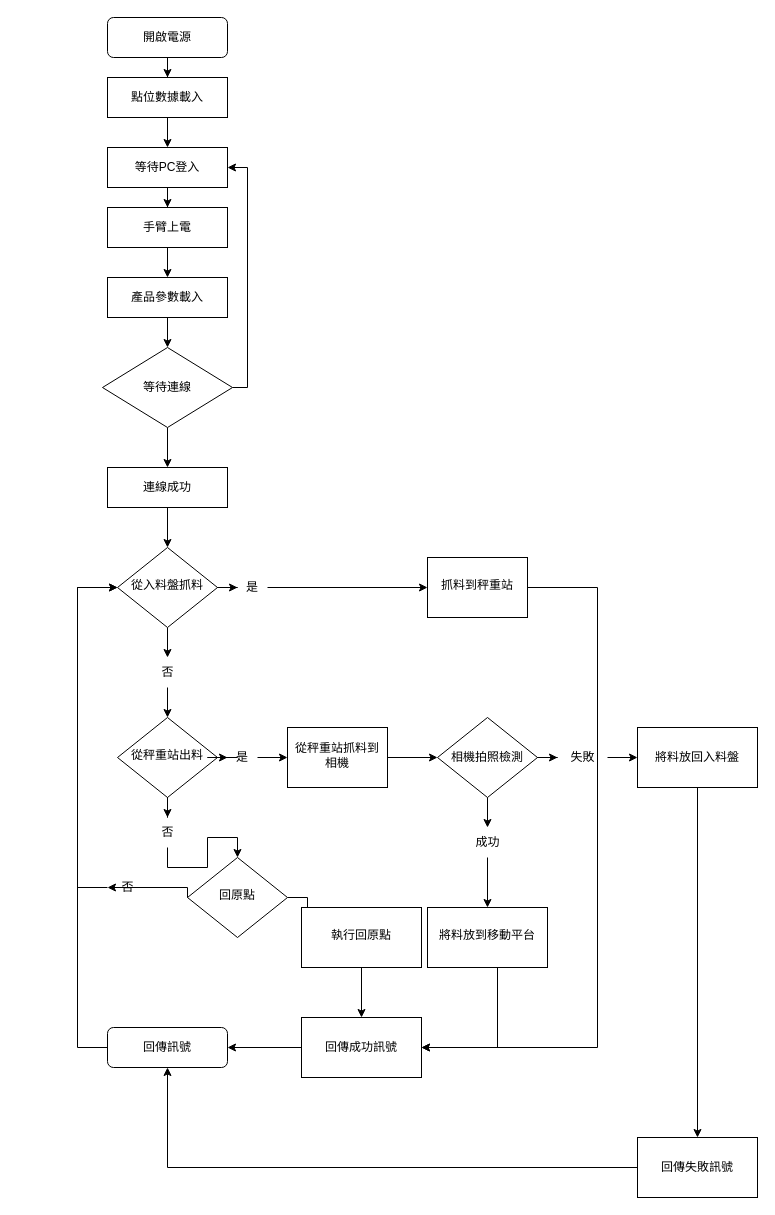
RickLin19921104/murder keeps this draw.io diagram as 未命名绘图.drawio. Above is the earlier version. Source tidied: cells renumbered, new cells numbered last; positions are measured from the earlier drawing's top-left corner, leaving out a move shared by most shapes. Both pictures are drawn from the tidied source at 100%, with x=0, y=0 at pixel (77, 17).
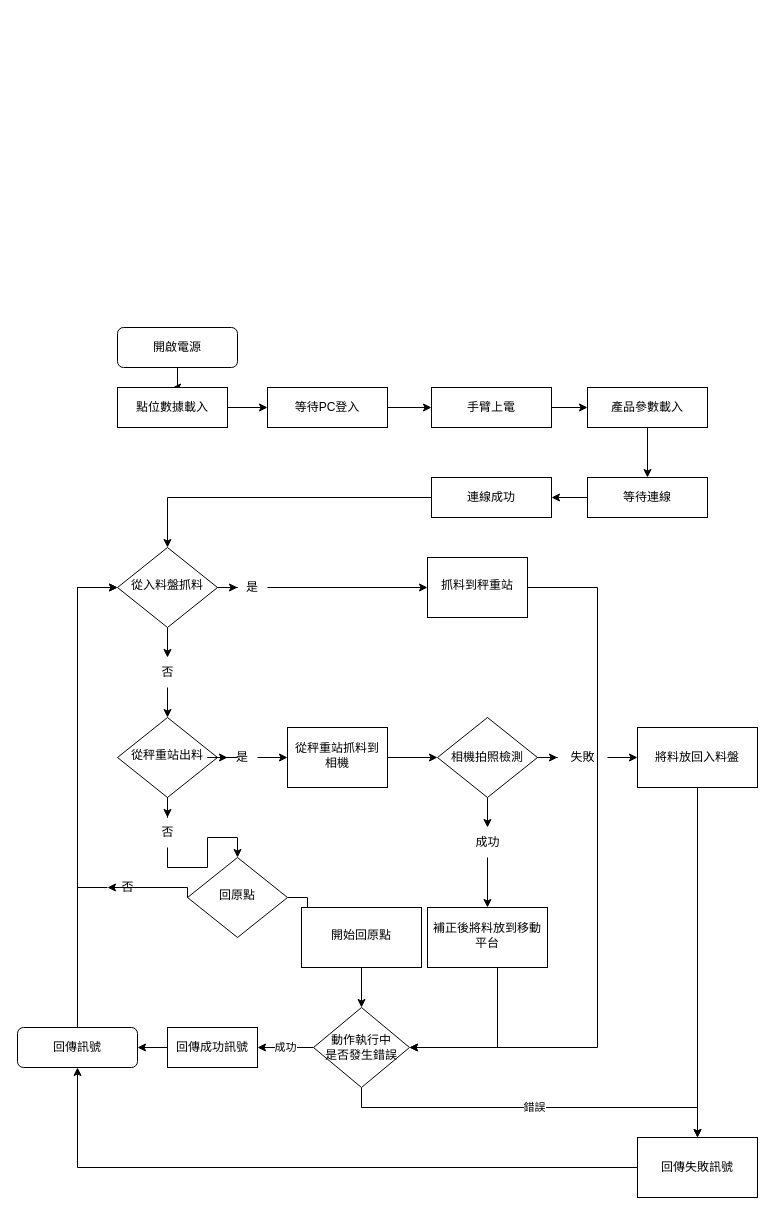
After the change.

Commit message:
更新未命名绘图.drawio

The change refers to these unchanged cells:
```xml
<mxCell id="15" value="抓料到秤重站" style="whiteSpace=wrap;html=1;shadow=0;strokeWidth=1;spacing=6;spacingTop=-4;" parent="1" vertex="1">
  <mxGeometry x="350" y="540" width="100" height="60" as="geometry" />
</mxCell>
<mxCell id="51" value="回傳失敗訊號" style="whiteSpace=wrap;html=1;" parent="1" vertex="1">
  <mxGeometry x="560" y="1120" width="120" height="60" as="geometry" />
</mxCell>
```

The edit, as a diff of the source:
```diff
@@
     <mxCell id="3" value="開啟電源" style="rounded=1;whiteSpace=wrap;html=1;fontSize=12;glass=0;strokeWidth=1;shadow=0;" parent="1" vertex="1">
-      <mxGeometry x="30" width="120" height="40" as="geometry" />
+      <mxGeometry x="40" y="310" width="120" height="40" as="geometry" />
     </mxCell>
@@
     <mxCell id="9" value="回傳訊號" style="rounded=1;whiteSpace=wrap;html=1;fontSize=12;glass=0;strokeWidth=1;shadow=0;" parent="1" vertex="1">
-      <mxGeometry x="30" y="1010" width="120" height="40" as="geometry" />
+      <mxGeometry x="-60" y="1010" width="120" height="40" as="geometry" />
     </mxCell>
@@
     <mxCell id="11" value="等待PC登入" style="rounded=0;whiteSpace=wrap;html=1;" parent="1" vertex="1">
-      <mxGeometry x="30" y="130" width="120" height="40" as="geometry" />
+      <mxGeometry x="190" y="370" width="120" height="40" as="geometry" />
     </mxCell>
@@
     <mxCell id="13" value="手臂上電" style="rounded=0;whiteSpace=wrap;html=1;" parent="1" vertex="1">
-      <mxGeometry x="30" y="190" width="120" height="40" as="geometry" />
+      <mxGeometry x="354" y="370" width="120" height="40" as="geometry" />
     </mxCell>
-    <mxCell id="14" style="edgeStyle=orthogonalEdgeStyle;rounded=0;jettySize=auto;html=1;entryX=1;entryY=0.5;entryDx=0;entryDy=0;" parent="1" edge="1" source="15" target="59">
+    <mxCell id="14" style="edgeStyle=orthogonalEdgeStyle;rounded=0;jettySize=auto;html=1;entryX=1;entryY=0.5;entryDx=0;entryDy=0;" parent="1" edge="1" source="15" target="63">
       <mxGeometry relative="1" as="geometry">
         <Array as="points">
           <mxPoint x="520" y="570" />
           <mxPoint x="520" y="1030" />
         </Array>
       </mxGeometry>
     </mxCell>
@@
-    <mxCell id="18" style="edgeStyle=orthogonalEdgeStyle;rounded=0;jettySize=auto;html=1;" parent="1" edge="1" source="19" target="59">
+    <mxCell id="18" style="edgeStyle=orthogonalEdgeStyle;rounded=0;jettySize=auto;html=1;entryX=1;entryY=0.5;entryDx=0;entryDy=0;" parent="1" edge="1" source="19" target="63">
       <mxGeometry relative="1" as="geometry">
         <Array as="points">
           <mxPoint x="420" y="1030" />
         </Array>
       </mxGeometry>
     </mxCell>
-    <mxCell id="19" value="將料放到移動平台" style="whiteSpace=wrap;html=1;shadow=0;strokeWidth=1;spacing=6;spacingTop=-4;" parent="1" vertex="1">
+    <mxCell id="19" value="補正後將料放到移動平台" style="whiteSpace=wrap;html=1;shadow=0;strokeWidth=1;spacing=6;spacingTop=-4;" parent="1" vertex="1">
       <mxGeometry x="350" y="890" width="120" height="60" as="geometry" />
     </mxCell>
@@
     <mxCell id="34" value="產品參數載入" style="rounded=0;whiteSpace=wrap;html=1;" parent="1" vertex="1">
-      <mxGeometry x="30" y="260" width="120" height="40" as="geometry" />
+      <mxGeometry x="510" y="370" width="120" height="40" as="geometry" />
     </mxCell>
-    <mxCell id="35" style="edgeStyle=orthogonalEdgeStyle;rounded=0;jettySize=auto;html=1;entryX=0.5;entryY=0;entryDx=0;entryDy=0;" parent="1" edge="1" source="36" target="11">
+    <mxCell id="35" style="edgeStyle=orthogonalEdgeStyle;rounded=0;jettySize=auto;html=1;entryX=0;entryY=0.5;entryDx=0;entryDy=0;" parent="1" edge="1" source="36" target="11">
       <mxGeometry relative="1" as="geometry" />
     </mxCell>
     <mxCell id="36" value="點位數據載入" style="rounded=0;whiteSpace=wrap;html=1;" parent="1" vertex="1">
-      <mxGeometry x="30" y="60" width="120" height="40" as="geometry" />
+      <mxGeometry x="40" y="370" width="110" height="40" as="geometry" />
     </mxCell>
@@
     <mxCell id="40" value="連線成功" style="rounded=0;whiteSpace=wrap;html=1;" parent="1" vertex="1">
-      <mxGeometry x="30" y="450" width="120" height="40" as="geometry" />
+      <mxGeometry x="354" y="460" width="120" height="40" as="geometry" />
     </mxCell>
-    <mxCell id="41" style="edgeStyle=orthogonalEdgeStyle;rounded=0;jettySize=auto;html=1;" parent="1" edge="1" source="43" target="40">
-      <mxGeometry relative="1" as="geometry" />
-    </mxCell>
-    <mxCell id="42" style="edgeStyle=orthogonalEdgeStyle;rounded=0;jettySize=auto;html=1;entryX=1;entryY=0.5;entryDx=0;entryDy=0;" parent="1" edge="1" source="43" target="11">
-      <mxGeometry relative="1" as="geometry">
-        <Array as="points">
-          <mxPoint x="170" y="370" />
-          <mxPoint x="170" y="150" />
-        </Array>
-      </mxGeometry>
-    </mxCell>
-    <mxCell id="43" value="等待連線" style="rhombus;whiteSpace=wrap;html=1;" parent="1" vertex="1">
-      <mxGeometry x="25" y="330" width="130" height="80" as="geometry" />
-    </mxCell>
@@
-    <mxCell id="56" style="edgeStyle=orthogonalEdgeStyle;rounded=0;jettySize=auto;html=1;entryX=0.5;entryY=0;entryDx=0;entryDy=0;" parent="1" edge="1" source="57" target="59">
-      <mxGeometry relative="1" as="geometry" />
-    </mxCell>
+    <mxCell id="60" style="edgeStyle=orthogonalEdgeStyle;rounded=0;jettySize=auto;html=1;" parent="1" edge="1" source="57" target="63">
+      <mxGeometry relative="1" as="geometry" />
+    </mxCell>
-    <mxCell id="57" value="執行回原點" style="whiteSpace=wrap;html=1;shadow=0;strokeWidth=1;spacing=6;spacingTop=-4;" parent="1" vertex="1">
+    <mxCell id="57" value="開始回原點" style="whiteSpace=wrap;html=1;shadow=0;strokeWidth=1;spacing=6;spacingTop=-4;" parent="1" vertex="1">
       <mxGeometry x="224" y="890" width="120" height="60" as="geometry" />
     </mxCell>
+    <mxCell id="41" style="edgeStyle=orthogonalEdgeStyle;rounded=0;jettySize=auto;html=1;entryX=1;entryY=0.5;entryDx=0;entryDy=0;" parent="1" edge="1" source="43" target="40">
+      <mxGeometry relative="1" as="geometry" />
+    </mxCell>
+    <mxCell id="43" value="等待連線" style="rounded=0;whiteSpace=wrap;html=1;" parent="1" vertex="1">
+      <mxGeometry x="510" y="460" width="120" height="40" as="geometry" />
+    </mxCell>
@@
     <mxCell id="59" value="回傳成功訊號" style="whiteSpace=wrap;html=1;" parent="1" vertex="1">
-      <mxGeometry x="224" y="1000" width="120" height="60" as="geometry" />
+      <mxGeometry x="90" y="1010" width="90" height="40" as="geometry" />
     </mxCell>
+    <mxCell id="61" value="成功" style="edgeStyle=orthogonalEdgeStyle;rounded=0;jettySize=auto;html=1;entryX=1;entryY=0.5;entryDx=0;entryDy=0;" parent="1" edge="1" source="63" target="59">
+      <mxGeometry relative="1" as="geometry" />
+    </mxCell>
+    <mxCell id="62" value="錯誤" style="edgeStyle=orthogonalEdgeStyle;rounded=0;jettySize=auto;html=1;entryX=0.5;entryY=0;entryDx=0;entryDy=0;" parent="1" edge="1" source="63" target="51">
+      <mxGeometry relative="1" as="geometry">
+        <Array as="points">
+          <mxPoint x="284" y="1090" />
+          <mxPoint x="620" y="1090" />
+        </Array>
+      </mxGeometry>
+    </mxCell>
+    <mxCell id="63" value="動作執行中&lt;br&gt;是否發生錯誤" style="rhombus;whiteSpace=wrap;html=1;" parent="1" vertex="1">
+      <mxGeometry x="236" y="990" width="96" height="80" as="geometry" />
+    </mxCell>
```
